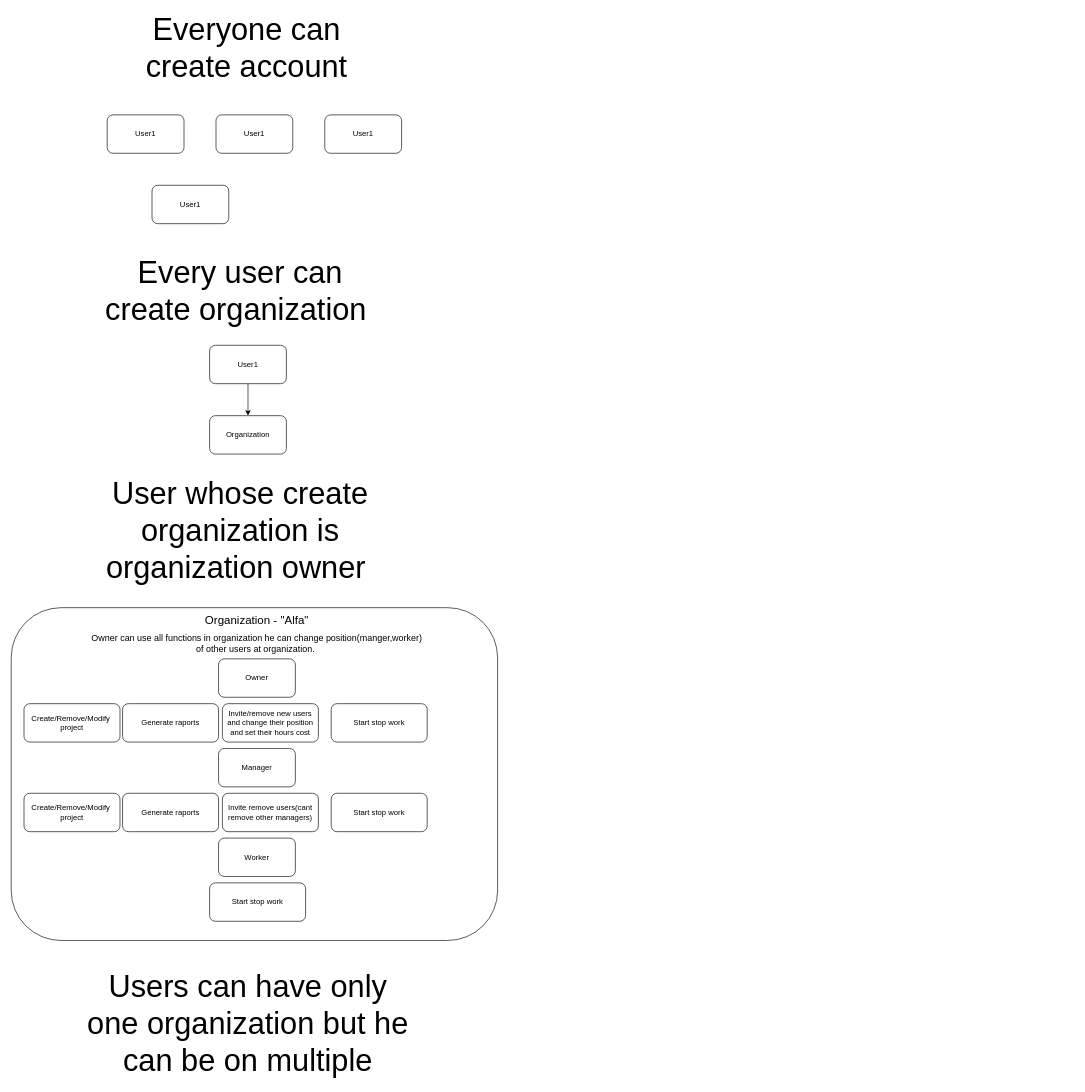
This is User mechanism.drawio from Tomasz98Zukowski/TripBudgetApp, a draw.io file, before an edit. Source tidied: cells renumbered, new cells numbered last; positions are measured from the earlier drawing's top-left corner, leaving out a move shared by most shapes. Both pictures are drawn from the tidied source at 64%, with x=0, y=0 at pixel (11, 12).
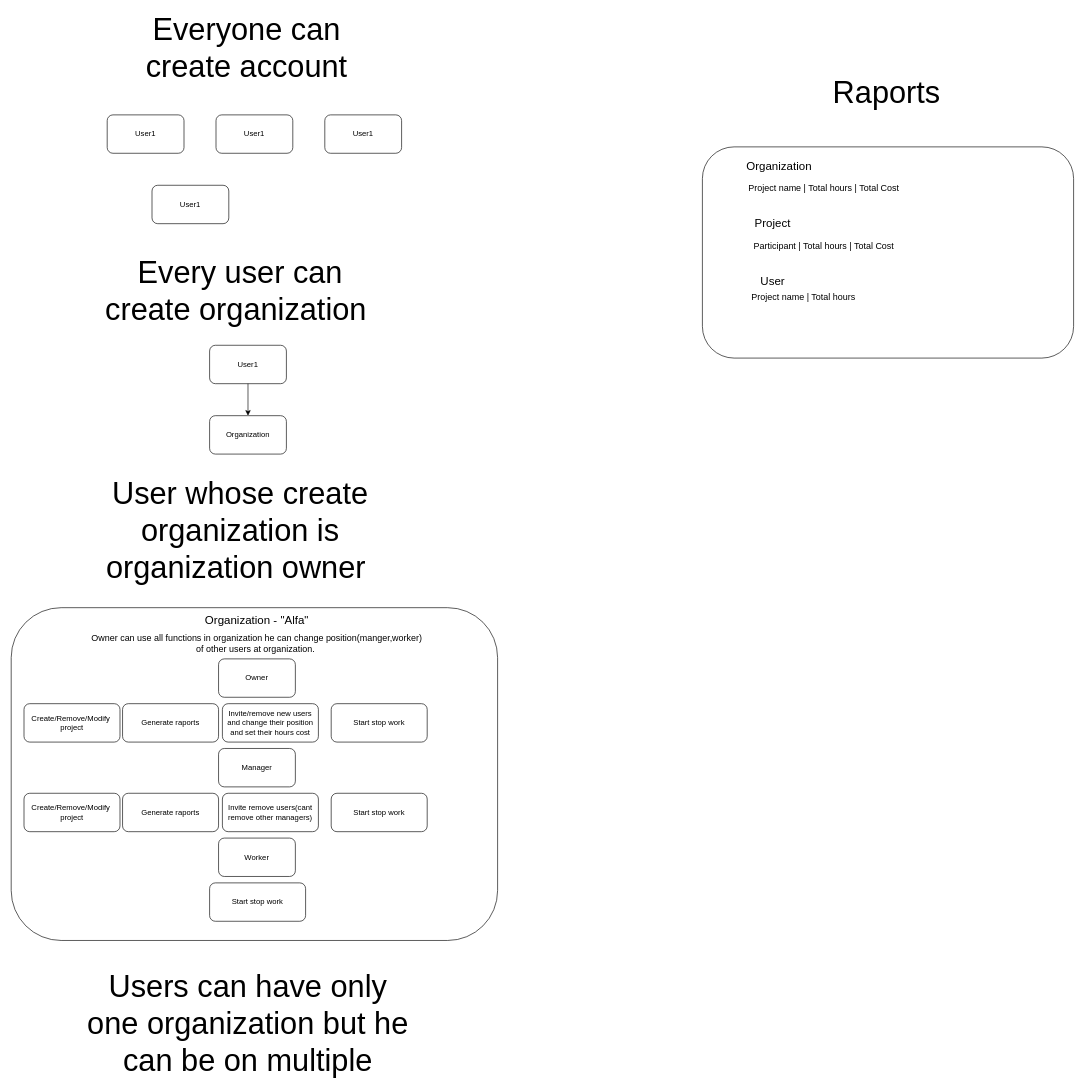
Above is the later version.

Diff of the diagram source:
```diff
@@
+    <mxCell id="28" style="rounded=1;whiteSpace=wrap;html=1;" parent="1" vertex="1">
+      <mxGeometry x="1080" y="210" width="580" height="330" as="geometry" />
+    </mxCell>
+    <mxCell id="29" value="&lt;font style=&quot;font-size: 48px;&quot;&gt;Raports&lt;/font&gt;" style="text;html=1;strokeColor=none;fillColor=none;align=center;verticalAlign=middle;whiteSpace=wrap;rounded=0;" parent="1" vertex="1">
+      <mxGeometry x="1150" y="70" width="436" height="110" as="geometry" />
+    </mxCell>
+    <mxCell id="30" value="&lt;font style=&quot;font-size: 18px;&quot;&gt;Organization&lt;/font&gt;" style="text;html=1;strokeColor=none;fillColor=none;align=center;verticalAlign=middle;whiteSpace=wrap;rounded=0;" parent="1" vertex="1">
+      <mxGeometry x="940" y="230" width="520" height="20" as="geometry" />
+    </mxCell>
+    <mxCell id="31" value="&lt;font style=&quot;font-size: 14px;&quot;&gt;Project name | Total hours | Total Cost&lt;/font&gt;" style="text;html=1;strokeColor=none;fillColor=none;align=center;verticalAlign=middle;whiteSpace=wrap;rounded=0;" parent="1" vertex="1">
+      <mxGeometry x="1010" y="260" width="520" height="30" as="geometry" />
+    </mxCell>
+    <mxCell id="32" value="&lt;font style=&quot;font-size: 18px;&quot;&gt;Project&lt;/font&gt;" style="text;html=1;strokeColor=none;fillColor=none;align=center;verticalAlign=middle;whiteSpace=wrap;rounded=0;" parent="1" vertex="1">
+      <mxGeometry x="930" y="320" width="520" height="20" as="geometry" />
+    </mxCell>
+    <mxCell id="33" value="&lt;font style=&quot;font-size: 14px;&quot;&gt;Participant | Total hours | Total Cost&lt;/font&gt;" style="text;html=1;strokeColor=none;fillColor=none;align=center;verticalAlign=middle;whiteSpace=wrap;rounded=0;" parent="1" vertex="1">
+      <mxGeometry x="1010" y="350" width="520" height="30" as="geometry" />
+    </mxCell>
+    <mxCell id="34" value="&lt;font style=&quot;font-size: 18px;&quot;&gt;User&lt;/font&gt;" style="text;html=1;strokeColor=none;fillColor=none;align=center;verticalAlign=middle;whiteSpace=wrap;rounded=0;" parent="1" vertex="1">
+      <mxGeometry x="930" y="410" width="520" height="20" as="geometry" />
+    </mxCell>
+    <mxCell id="35" value="&lt;font style=&quot;font-size: 14px;&quot;&gt;Project name | Total hours&amp;nbsp;&lt;/font&gt;" style="text;html=1;strokeColor=none;fillColor=none;align=center;verticalAlign=middle;whiteSpace=wrap;rounded=0;" parent="1" vertex="1">
+      <mxGeometry x="980" y="430" width="520" height="30" as="geometry" />
+    </mxCell>
```
